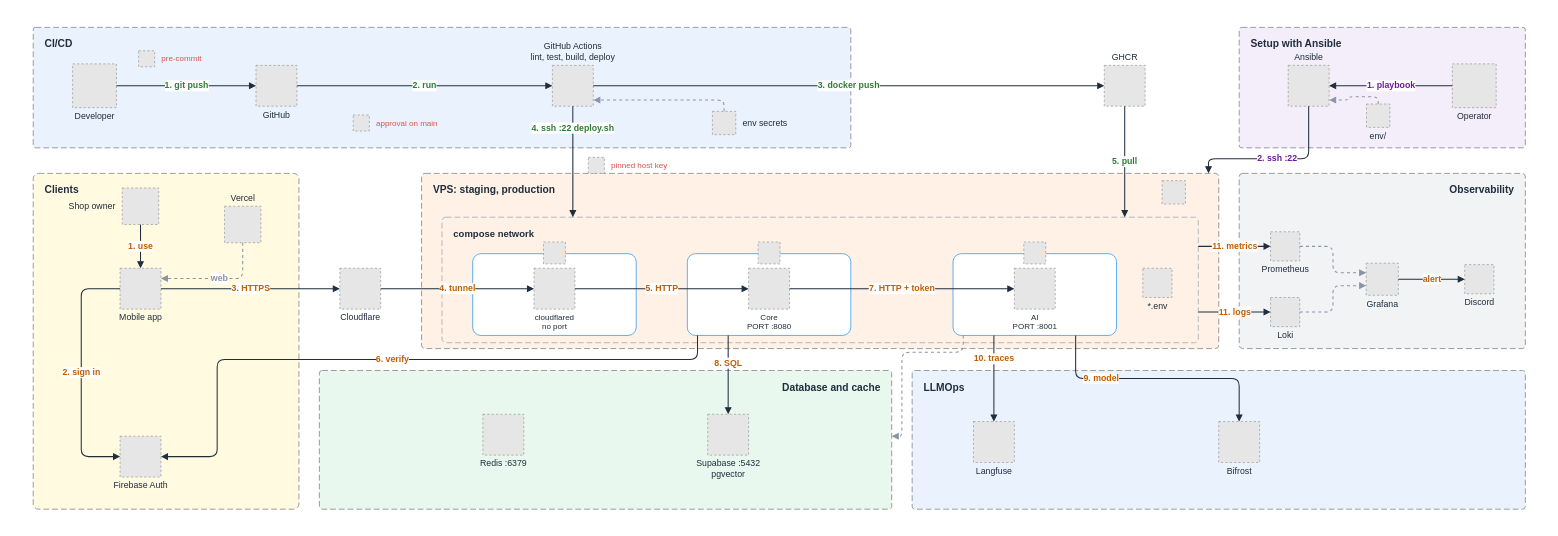
Above: docs/architecture/diagrams/src/ci-cd.drawio in miphu2804/smart-ledger (draw.io), before the change. Source tidied: cells renumbered, new cells numbered last; positions are measured from the earlier drawing's top-left corner, leaving out a move shared by most shapes. Both pictures are drawn from the tidied source at 73%, with x=0, y=0 at pixel (12, 12). Pictures stored in the file or linked from it are replaced by grey dashed boxes.
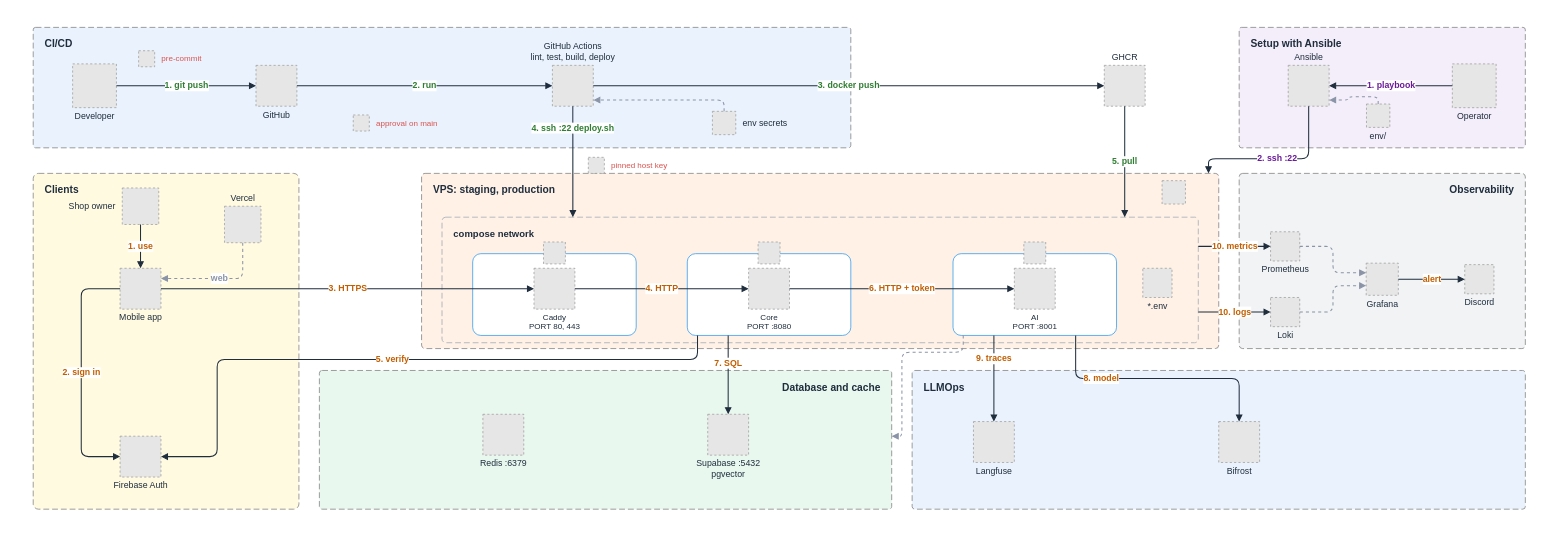
The same page after the edit.

Commit message (it also covers changes not shown here):
feat(deploy): serve core through caddy until a domain exists

The change refers to these unchanged cells:
```xml
<mxCell id="17" value="Mobile app" style="fillColor=#E6E6E6;strokeColor=#999999;dashed=1;verticalLabelPosition=bottom;verticalAlign=top;spacingTop=-2;html=1;fontColor=#1f2d3d;fontSize=12;" parent="1" vertex="1">
  <mxGeometry x="147" y="350" width="56" height="56" as="geometry" />
</mxCell>
<mxCell id="19" value="Firebase Auth" style="fillColor=#E6E6E6;strokeColor=#999999;dashed=1;verticalLabelPosition=bottom;verticalAlign=top;spacingTop=-2;html=1;fontColor=#1f2d3d;fontSize=12;" parent="1" vertex="1">
  <mxGeometry x="147" y="580" width="56" height="56" as="geometry" />
</mxCell>
<mxCell id="23" value="compose network" style="rounded=1;arcSize=3;html=1;dashed=1;dashPattern=8 4;fillColor=none;strokeColor=#9aa5b1;fontColor=#1f2d3d;verticalAlign=top;align=left;spacingLeft=14;spacingRight=14;spacingTop=8;fontStyle=1;fontSize=13;" parent="1" vertex="1">
  <mxGeometry x="588" y="280" width="1036" height="172" as="geometry" />
</mxCell>
<mxCell id="26" style="rounded=1;arcSize=10;html=1;fillColor=#ffffff;strokeColor=#2496ED;" parent="1" vertex="1">
  <mxGeometry x="924" y="330" width="224" height="112" as="geometry" />
</mxCell>
<mxCell id="28" style="rounded=1;arcSize=10;html=1;fillColor=#ffffff;strokeColor=#2496ED;" parent="1" vertex="1">
  <mxGeometry x="1288" y="330" width="224" height="112" as="geometry" />
</mxCell>
<mxCell id="31" value="Core&lt;br&gt;PORT :8080" style="fillColor=#E6E6E6;strokeColor=#999999;dashed=1;verticalLabelPosition=bottom;verticalAlign=top;spacingTop=-2;html=1;fontColor=#1f2d3d;fontSize=11;" parent="1" vertex="1">
  <mxGeometry x="1008" y="350" width="56" height="56" as="geometry" />
</mxCell>
<mxCell id="32" value="AI&lt;br&gt;PORT :8001" style="fillColor=#E6E6E6;strokeColor=#999999;dashed=1;verticalLabelPosition=bottom;verticalAlign=top;spacingTop=-2;html=1;fontColor=#1f2d3d;fontSize=11;" parent="1" vertex="1">
  <mxGeometry x="1372" y="350" width="56" height="56" as="geometry" />
</mxCell>
<mxCell id="36" value="Supabase :5432&lt;br&gt;pgvector" style="fillColor=#E6E6E6;strokeColor=#999999;dashed=1;verticalLabelPosition=bottom;verticalAlign=top;spacingTop=-2;html=1;fontColor=#1f2d3d;fontSize=12;" parent="1" vertex="1">
  <mxGeometry x="952" y="550" width="56" height="56" as="geometry" />
</mxCell>
<mxCell id="39" value="Prometheus" style="fillColor=#E6E6E6;strokeColor=#999999;dashed=1;verticalLabelPosition=bottom;verticalAlign=top;spacingTop=-2;html=1;fontColor=#1f2d3d;fontSize=12;" parent="1" vertex="1">
  <mxGeometry x="1723" y="300" width="40" height="40" as="geometry" />
</mxCell>
<mxCell id="40" value="Loki" style="fillColor=#E6E6E6;strokeColor=#999999;dashed=1;verticalLabelPosition=bottom;verticalAlign=top;spacingTop=-2;html=1;fontColor=#1f2d3d;fontSize=12;" parent="1" vertex="1">
  <mxGeometry x="1723" y="390" width="40" height="40" as="geometry" />
</mxCell>
<mxCell id="44" value="Langfuse" style="fillColor=#E6E6E6;strokeColor=#999999;dashed=1;verticalLabelPosition=bottom;verticalAlign=top;spacingTop=-2;html=1;fontColor=#1f2d3d;fontSize=12;" parent="1" vertex="1">
  <mxGeometry x="1316" y="560" width="56" height="56" as="geometry" />
</mxCell>
<mxCell id="45" value="Bifrost" style="fillColor=#E6E6E6;strokeColor=#999999;dashed=1;verticalLabelPosition=bottom;verticalAlign=top;spacingTop=-2;html=1;fontColor=#1f2d3d;fontSize=12;" parent="1" vertex="1">
  <mxGeometry x="1652" y="560" width="56" height="56" as="geometry" />
</mxCell>
```

Change to the diagram source:
```diff
@@
-    <mxCell id="20" value="Cloudflare" style="fillColor=#E6E6E6;strokeColor=#999999;dashed=1;verticalLabelPosition=bottom;verticalAlign=top;spacingTop=-2;html=1;fontColor=#1f2d3d;fontSize=12;" parent="1" vertex="1">
-      <mxGeometry x="448" y="350" width="56" height="56" as="geometry" />
-    </mxCell>
@@
-    <mxCell id="30" value="cloudflared&lt;br&gt;no port" style="fillColor=#E6E6E6;strokeColor=#999999;dashed=1;verticalLabelPosition=bottom;verticalAlign=top;spacingTop=-2;html=1;fontColor=#1f2d3d;fontSize=11;" parent="1" vertex="1">
+    <mxCell id="30" value="Caddy&lt;br&gt;PORT 80, 443" style="fillColor=#E6E6E6;strokeColor=#999999;dashed=1;verticalLabelPosition=bottom;verticalAlign=top;spacingTop=-2;html=1;fontColor=#1f2d3d;fontSize=11;" parent="1" vertex="1">
       <mxGeometry x="714" y="350" width="56" height="56" as="geometry" />
     </mxCell>
@@
-    <mxCell id="58" value="3. HTTPS" style="edgeStyle=orthogonalEdgeStyle;rounded=1;html=1;endArrow=block;endSize=6;strokeColor=#1f2d3d;strokeWidth=1.4;fontColor=#c25e00;fontStyle=1;fontSize=12;labelBackgroundColor=#ffffff;exitX=1;exitY=0.5;entryX=0;entryY=0.5;" parent="1" edge="1" source="17" target="20">
+    <mxCell id="58" value="3. HTTPS" style="edgeStyle=orthogonalEdgeStyle;rounded=1;html=1;endArrow=block;endSize=6;strokeColor=#1f2d3d;strokeWidth=1.4;fontColor=#c25e00;fontStyle=1;fontSize=12;labelBackgroundColor=#ffffff;exitX=1;exitY=0.5;entryX=0;entryY=0.5;" parent="1" edge="1" source="17" target="30">
       <mxGeometry relative="1" as="geometry" />
     </mxCell>
-    <mxCell id="59" value="4. tunnel" style="edgeStyle=orthogonalEdgeStyle;rounded=1;html=1;endArrow=block;endSize=6;strokeColor=#1f2d3d;strokeWidth=1.4;fontColor=#c25e00;fontStyle=1;fontSize=12;labelBackgroundColor=#ffffff;exitX=1;exitY=0.5;entryX=0;entryY=0.5;" parent="1" edge="1" source="20" target="30">
-      <mxGeometry relative="1" as="geometry" />
-    </mxCell>
-    <mxCell id="60" value="5. HTTP" style="edgeStyle=orthogonalEdgeStyle;rounded=1;html=1;endArrow=block;endSize=6;strokeColor=#1f2d3d;strokeWidth=1.4;fontColor=#c25e00;fontStyle=1;fontSize=12;labelBackgroundColor=#ffffff;exitX=1;exitY=0.5;entryX=0;entryY=0.5;" parent="1" edge="1" source="30" target="31">
+    <mxCell id="60" value="4. HTTP" style="edgeStyle=orthogonalEdgeStyle;rounded=1;html=1;endArrow=block;endSize=6;strokeColor=#1f2d3d;strokeWidth=1.4;fontColor=#c25e00;fontStyle=1;fontSize=12;labelBackgroundColor=#ffffff;exitX=1;exitY=0.5;entryX=0;entryY=0.5;" parent="1" edge="1" source="30" target="31">
       <mxGeometry relative="1" as="geometry" />
     </mxCell>
-    <mxCell id="61" value="7. HTTP + token" style="edgeStyle=orthogonalEdgeStyle;rounded=1;html=1;endArrow=block;endSize=6;strokeColor=#1f2d3d;strokeWidth=1.4;fontColor=#c25e00;fontStyle=1;fontSize=12;labelBackgroundColor=#ffffff;exitX=1;exitY=0.5;entryX=0;entryY=0.5;" parent="1" edge="1" source="31" target="32">
+    <mxCell id="61" value="6. HTTP + token" style="edgeStyle=orthogonalEdgeStyle;rounded=1;html=1;endArrow=block;endSize=6;strokeColor=#1f2d3d;strokeWidth=1.4;fontColor=#c25e00;fontStyle=1;fontSize=12;labelBackgroundColor=#ffffff;exitX=1;exitY=0.5;entryX=0;entryY=0.5;" parent="1" edge="1" source="31" target="32">
       <mxGeometry relative="1" as="geometry" />
     </mxCell>
-    <mxCell id="62" value="6. verify" style="edgeStyle=orthogonalEdgeStyle;rounded=1;html=1;endArrow=block;endSize=6;strokeColor=#1f2d3d;strokeWidth=1.4;fontColor=#c25e00;fontStyle=1;fontSize=12;labelBackgroundColor=#ffffff;exitX=0.0625;exitY=1;entryX=1;entryY=0.5;" parent="1" edge="1" source="26" target="19">
+    <mxCell id="62" value="5. verify" style="edgeStyle=orthogonalEdgeStyle;rounded=1;html=1;endArrow=block;endSize=6;strokeColor=#1f2d3d;strokeWidth=1.4;fontColor=#c25e00;fontStyle=1;fontSize=12;labelBackgroundColor=#ffffff;exitX=0.0625;exitY=1;entryX=1;entryY=0.5;" parent="1" edge="1" source="26" target="19">
       <mxGeometry relative="1" as="geometry">
         <Array as="points">
           <mxPoint x="938" y="475" />
           <mxPoint x="280" y="475" />
           <mxPoint x="280" y="608" />
         </Array>
       </mxGeometry>
     </mxCell>
-    <mxCell id="63" value="8. SQL" style="edgeStyle=orthogonalEdgeStyle;rounded=1;html=1;endArrow=block;endSize=6;strokeColor=#1f2d3d;strokeWidth=1.4;fontColor=#c25e00;fontStyle=1;fontSize=12;labelBackgroundColor=#ffffff;exitX=0.25;exitY=1;entryX=0.5;entryY=0;" parent="1" edge="1" source="26" target="36">
+    <mxCell id="63" value="7. SQL" style="edgeStyle=orthogonalEdgeStyle;rounded=1;html=1;endArrow=block;endSize=6;strokeColor=#1f2d3d;strokeWidth=1.4;fontColor=#c25e00;fontStyle=1;fontSize=12;labelBackgroundColor=#ffffff;exitX=0.25;exitY=1;entryX=0.5;entryY=0;" parent="1" edge="1" source="26" target="36">
       <mxGeometry x="-0.3" relative="1" as="geometry" />
     </mxCell>
@@
-    <mxCell id="65" value="10. traces" style="edgeStyle=orthogonalEdgeStyle;rounded=1;html=1;endArrow=block;endSize=6;strokeColor=#1f2d3d;strokeWidth=1.4;fontColor=#c25e00;fontStyle=1;fontSize=12;labelBackgroundColor=#ffffff;exitX=0.25;exitY=1;entryX=0.5;entryY=0;" parent="1" edge="1" source="28" target="44">
+    <mxCell id="65" value="9. traces" style="edgeStyle=orthogonalEdgeStyle;rounded=1;html=1;endArrow=block;endSize=6;strokeColor=#1f2d3d;strokeWidth=1.4;fontColor=#c25e00;fontStyle=1;fontSize=12;labelBackgroundColor=#ffffff;exitX=0.25;exitY=1;entryX=0.5;entryY=0;" parent="1" edge="1" source="28" target="44">
       <mxGeometry x="-0.45" relative="1" as="geometry" />
     </mxCell>
-    <mxCell id="66" value="11. metrics" style="edgeStyle=orthogonalEdgeStyle;rounded=1;html=1;endArrow=block;endSize=6;strokeColor=#1f2d3d;strokeWidth=1.4;fontColor=#c25e00;fontStyle=1;fontSize=12;labelBackgroundColor=#ffffff;exitX=1;exitY=0.2326;entryX=0;entryY=0.5;" parent="1" edge="1" source="23" target="39">
+    <mxCell id="66" value="10. metrics" style="edgeStyle=orthogonalEdgeStyle;rounded=1;html=1;endArrow=block;endSize=6;strokeColor=#1f2d3d;strokeWidth=1.4;fontColor=#c25e00;fontStyle=1;fontSize=12;labelBackgroundColor=#ffffff;exitX=1;exitY=0.2326;entryX=0;entryY=0.5;" parent="1" edge="1" source="23" target="39">
       <mxGeometry relative="1" as="geometry" />
     </mxCell>
-    <mxCell id="67" value="11. logs" style="edgeStyle=orthogonalEdgeStyle;rounded=1;html=1;endArrow=block;endSize=6;strokeColor=#1f2d3d;strokeWidth=1.4;fontColor=#c25e00;fontStyle=1;fontSize=12;labelBackgroundColor=#ffffff;exitX=1;exitY=0.7558;entryX=0;entryY=0.5;" parent="1" edge="1" source="23" target="40">
+    <mxCell id="67" value="10. logs" style="edgeStyle=orthogonalEdgeStyle;rounded=1;html=1;endArrow=block;endSize=6;strokeColor=#1f2d3d;strokeWidth=1.4;fontColor=#c25e00;fontStyle=1;fontSize=12;labelBackgroundColor=#ffffff;exitX=1;exitY=0.7558;entryX=0;entryY=0.5;" parent="1" edge="1" source="23" target="40">
       <mxGeometry relative="1" as="geometry" />
     </mxCell>
@@
-    <mxCell id="71" value="9. model" style="edgeStyle=orthogonalEdgeStyle;rounded=1;html=1;endArrow=block;endSize=6;strokeColor=#1f2d3d;strokeWidth=1.4;fontColor=#c25e00;fontStyle=1;fontSize=12;labelBackgroundColor=#ffffff;exitX=0.75;exitY=1;entryX=0.5;entryY=0;" parent="1" edge="1" source="28" target="45">
+    <mxCell id="71" value="8. model" style="edgeStyle=orthogonalEdgeStyle;rounded=1;html=1;endArrow=block;endSize=6;strokeColor=#1f2d3d;strokeWidth=1.4;fontColor=#c25e00;fontStyle=1;fontSize=12;labelBackgroundColor=#ffffff;exitX=0.75;exitY=1;entryX=0.5;entryY=0;" parent="1" edge="1" source="28" target="45">
       <mxGeometry x="-0.45" relative="1" as="geometry" />
     </mxCell>
```
